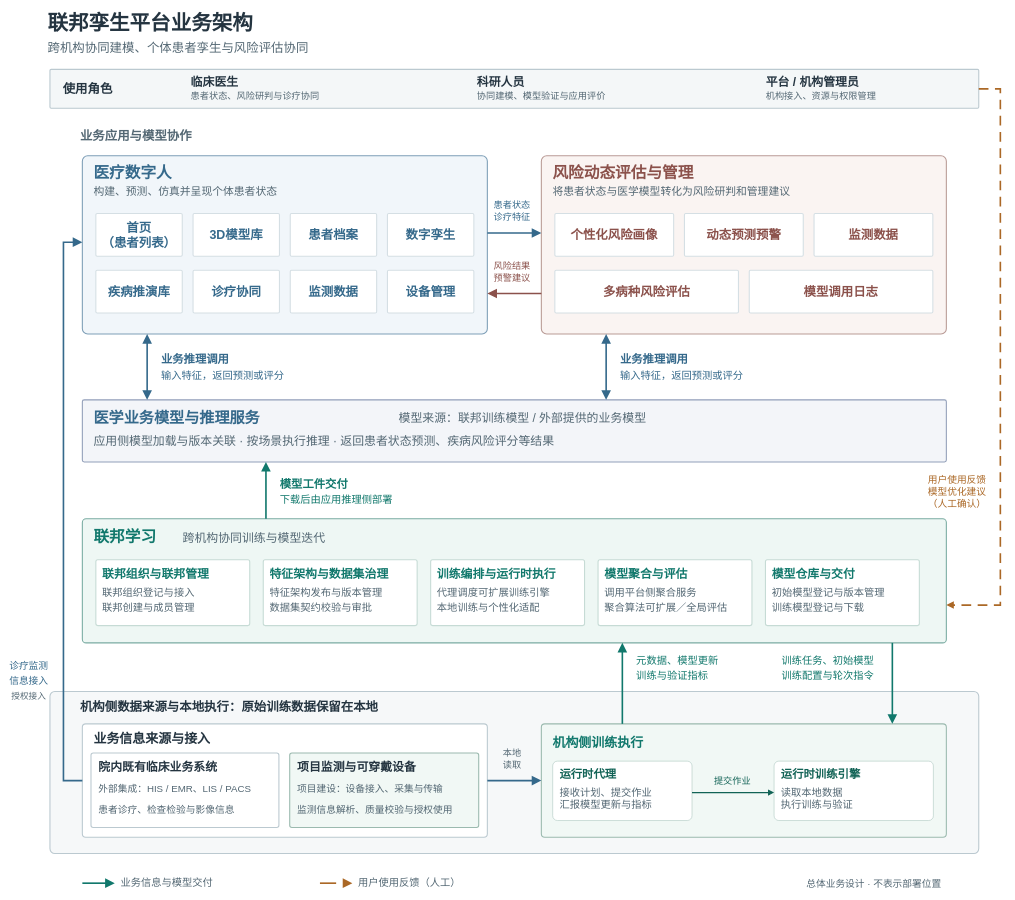
Earlier version of the draw.io diagram docs/438c/merge/figures/federated-twin-business-architecture.drawio (medol-labs/federation-learning). Source tidied: cells renumbered, new cells numbered last; positions are measured from the earlier drawing's top-left corner, leaving out a move shared by most shapes. Both pictures are drawn from the tidied source at 54%, with x=0, y=0 at pixel (48, 9).
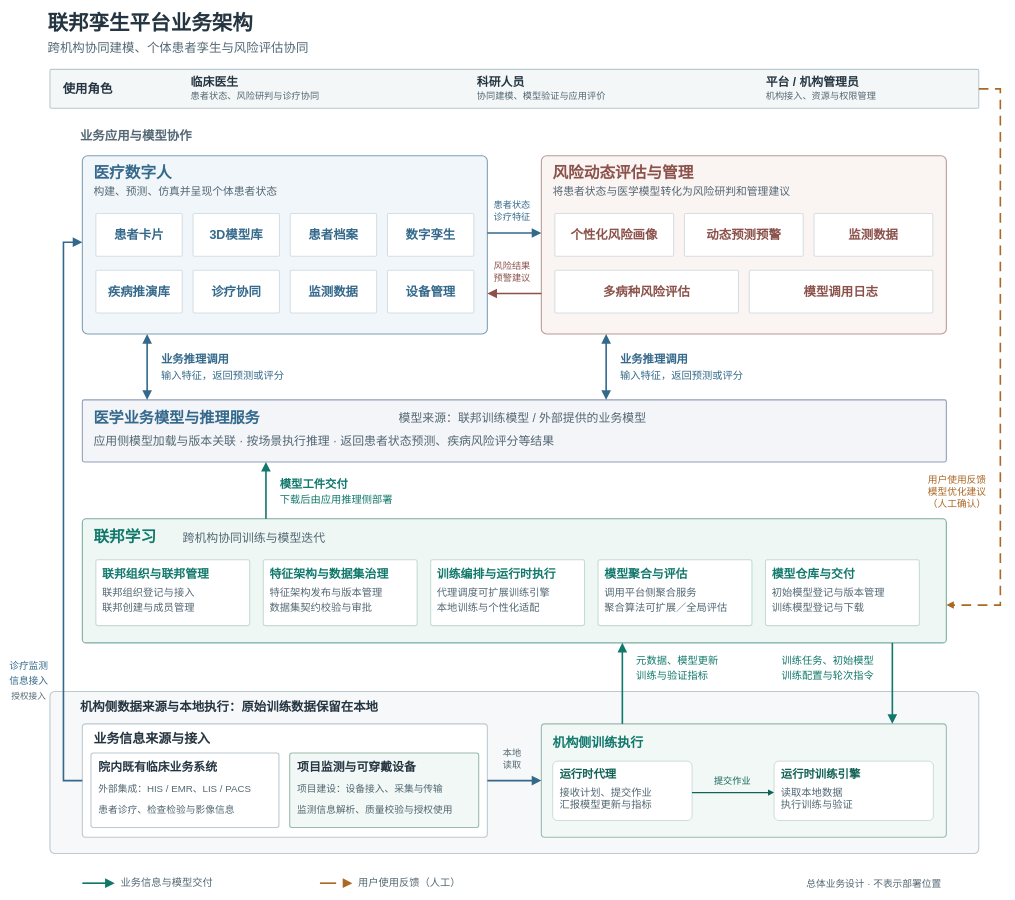
After the change.

Unchanged cells that the change refers to:
```xml
<mxCell id="13" style="rounded=1;arcSize=3;whiteSpace=wrap;html=0;fillColor=#F1F6FA;strokeColor=#7E9FB7;strokeWidth=2;fontFamily=PingFang SC;fontColor=#243440;" parent="1" vertex="1">
  <mxGeometry x="64" y="271" width="750" height="330" as="geometry" />
</mxCell>
```

Change to the diagram source:
```diff
@@
-    <mxCell id="95" value="首页&#10;（患者列表）" style="rounded=1;arcSize=3;whiteSpace=wrap;html=0;align=center;verticalAlign=middle;fillColor=#ffffff;strokeColor=#D5DFE4;strokeWidth=2;fontFamily=PingFang SC;fontSize=23;fontColor=#35698B;fontStyle=1;" parent="13" vertex="1">
+    <mxCell id="95" value="患者卡片" style="rounded=1;arcSize=3;whiteSpace=wrap;html=0;align=center;verticalAlign=middle;fillColor=#ffffff;strokeColor=#D5DFE4;strokeWidth=2;fontFamily=PingFang SC;fontSize=23;fontColor=#35698B;fontStyle=1;" parent="13" vertex="1">
       <mxGeometry x="25" y="107" width="160" height="79" as="geometry" />
     </mxCell>
```
